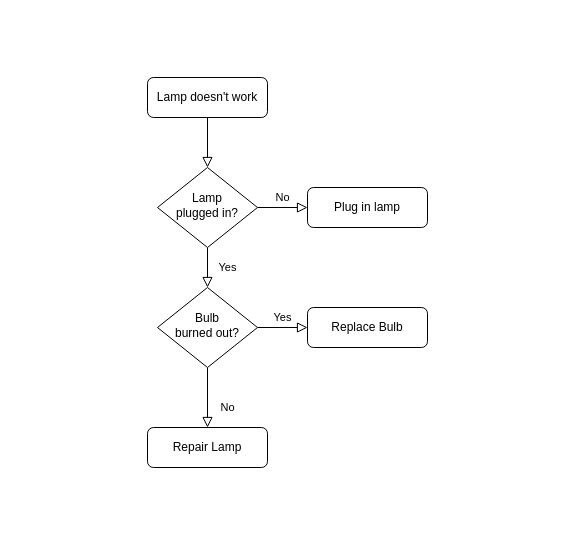
This is 名称未設定ファイル.drawio from MASA20201203/NicodbLaravel, a draw.io file, before an edit. Source tidied: cells renumbered, new cells numbered last; positions are measured from the earlier drawing's top-left corner, leaving out a move shared by most shapes. Both pictures are drawn from the tidied source at 100%, with x=0, y=0 at pixel (147, 77).
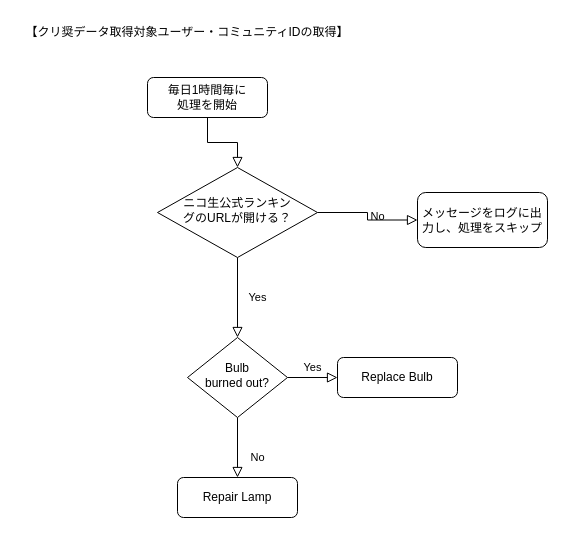
The same page after the edit.

Commit message:
クリ奨データ取得対象ユーザー・コミュニティIDの取得処理の記載

What changed in the source:
```diff
@@
 <mxGraphModel>
   <root>
     <mxCell id="0" />
     <mxCell id="1" parent="0" />
     <mxCell id="2" style="rounded=0;html=1;jettySize=auto;fontSize=11;endArrow=block;endFill=0;endSize=8;strokeWidth=1;shadow=0;labelBackgroundColor=none;edgeStyle=orthogonalEdgeStyle;" parent="1" edge="1" source="3" target="6">
       <mxGeometry relative="1" as="geometry" />
     </mxCell>
-    <mxCell id="3" value="Lamp doesn't work" style="rounded=1;whiteSpace=wrap;html=1;fontSize=12;glass=0;strokeWidth=1;shadow=0;" parent="1" vertex="1">
+    <mxCell id="3" value="毎日1時間毎に&lt;br&gt;処理を開始" style="rounded=1;whiteSpace=wrap;html=1;fontSize=12;glass=0;strokeWidth=1;shadow=0;" parent="1" vertex="1">
       <mxGeometry width="120" height="40" as="geometry" />
     </mxCell>
     <mxCell id="4" value="Yes" style="rounded=0;html=1;jettySize=auto;fontSize=11;endArrow=block;endFill=0;endSize=8;strokeWidth=1;shadow=0;labelBackgroundColor=none;edgeStyle=orthogonalEdgeStyle;" parent="1" edge="1" source="6" target="10">
       <mxGeometry y="20" relative="1" as="geometry" />
     </mxCell>
     <mxCell id="5" value="No" style="edgeStyle=orthogonalEdgeStyle;rounded=0;html=1;jettySize=auto;fontSize=11;endArrow=block;endFill=0;endSize=8;strokeWidth=1;shadow=0;labelBackgroundColor=none;" parent="1" edge="1" source="6" target="7">
       <mxGeometry y="10" relative="1" as="geometry" />
     </mxCell>
-    <mxCell id="6" value="Lamp&lt;br&gt;plugged in?" style="rhombus;whiteSpace=wrap;html=1;shadow=0;fontFamily=Helvetica;fontSize=12;align=center;strokeWidth=1;spacing=6;spacingTop=-4;" parent="1" vertex="1">
-      <mxGeometry x="10" y="90" width="100" height="80" as="geometry" />
+    <mxCell id="6" value="ニコ生公式ランキン&lt;br&gt;グのURLが開ける？" style="rhombus;whiteSpace=wrap;html=1;shadow=0;fontFamily=Helvetica;fontSize=12;align=center;strokeWidth=1;spacing=6;spacingTop=-4;" parent="1" vertex="1">
+      <mxGeometry x="10" y="90" width="160" height="90" as="geometry" />
     </mxCell>
-    <mxCell id="7" value="Plug in lamp" style="rounded=1;whiteSpace=wrap;html=1;fontSize=12;glass=0;strokeWidth=1;shadow=0;" parent="1" vertex="1">
-      <mxGeometry x="160" y="110" width="120" height="40" as="geometry" />
+    <mxCell id="7" value="メッセージをログに出力し、処理をスキップ" style="rounded=1;whiteSpace=wrap;html=1;fontSize=12;glass=0;strokeWidth=1;shadow=0;" parent="1" vertex="1">
+      <mxGeometry x="270" y="115" width="130" height="55" as="geometry" />
     </mxCell>
     <mxCell id="8" value="No" style="rounded=0;html=1;jettySize=auto;fontSize=11;endArrow=block;endFill=0;endSize=8;strokeWidth=1;shadow=0;labelBackgroundColor=none;edgeStyle=orthogonalEdgeStyle;" parent="1" edge="1" source="10" target="11">
       <mxGeometry x="0.33" y="20" relative="1" as="geometry" />
     </mxCell>
     <mxCell id="9" value="Yes" style="edgeStyle=orthogonalEdgeStyle;rounded=0;html=1;jettySize=auto;fontSize=11;endArrow=block;endFill=0;endSize=8;strokeWidth=1;shadow=0;labelBackgroundColor=none;" parent="1" edge="1" source="10" target="12">
       <mxGeometry y="10" relative="1" as="geometry" />
     </mxCell>
     <mxCell id="10" value="Bulb&lt;br&gt;burned out?" style="rhombus;whiteSpace=wrap;html=1;shadow=0;fontFamily=Helvetica;fontSize=12;align=center;strokeWidth=1;spacing=6;spacingTop=-4;" parent="1" vertex="1">
-      <mxGeometry x="10" y="210" width="100" height="80" as="geometry" />
+      <mxGeometry x="40" y="260" width="100" height="80" as="geometry" />
     </mxCell>
     <mxCell id="11" value="Repair Lamp" style="rounded=1;whiteSpace=wrap;html=1;fontSize=12;glass=0;strokeWidth=1;shadow=0;" parent="1" vertex="1">
-      <mxGeometry y="350" width="120" height="40" as="geometry" />
+      <mxGeometry x="30" y="400" width="120" height="40" as="geometry" />
     </mxCell>
     <mxCell id="12" value="Replace Bulb" style="rounded=1;whiteSpace=wrap;html=1;fontSize=12;glass=0;strokeWidth=1;shadow=0;" parent="1" vertex="1">
-      <mxGeometry x="160" y="230" width="120" height="40" as="geometry" />
+      <mxGeometry x="190" y="280" width="120" height="40" as="geometry" />
     </mxCell>
+    <mxCell id="13" value="【クリ奨データ取得対象ユーザー・コミュニティIDの取得】" style="text;html=1;strokeColor=none;fillColor=none;align=center;verticalAlign=middle;whiteSpace=wrap;rounded=0;" parent="1" vertex="1">
+      <mxGeometry x="-130" y="-60" width="340" height="30" as="geometry" />
+    </mxCell>
   </root>
 </mxGraphModel>
```
